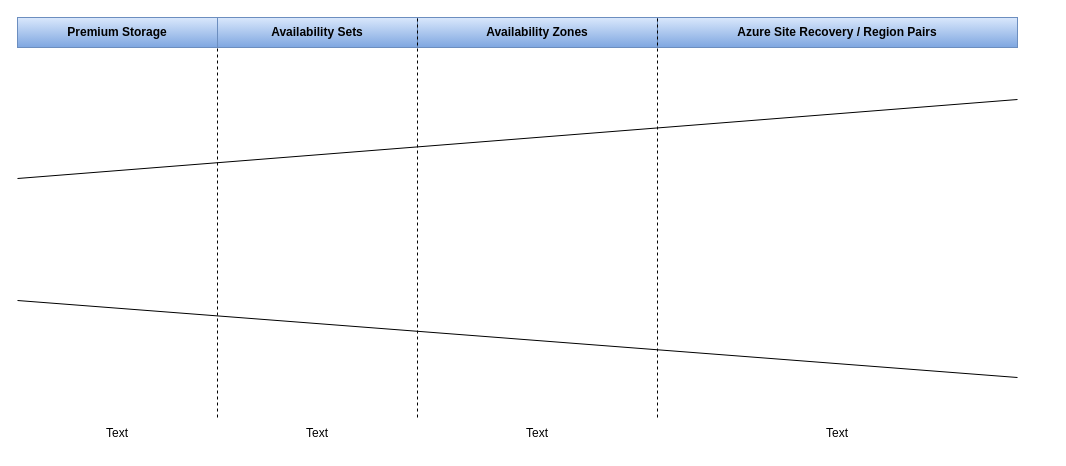
The draw.io diagram Reliability-Acknowledge.drawio in nghequockien/azure-well-architected-framework, before the edit. Source tidied: cells renumbered, new cells numbered last; positions are measured from the earlier drawing's top-left corner, leaving out a move shared by most shapes. Both pictures are drawn from the tidied source at 100%, with x=0, y=0 at pixel (17, 17).
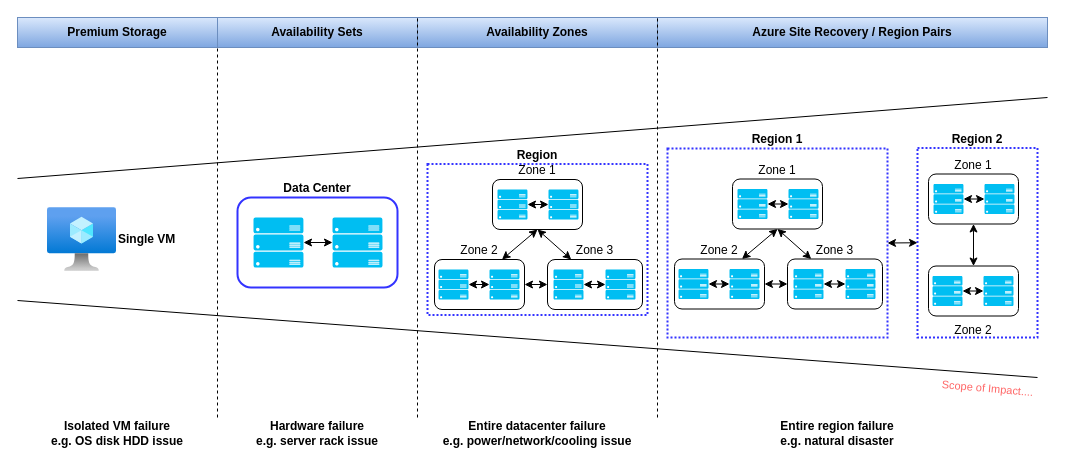
After the change.

Change to the diagram source:
```diff
@@
     <mxCell id="3" style="endArrow=none;html=1;rounded=0;" parent="1" edge="1">
       <mxGeometry relative="1" as="geometry">
         <mxPoint y="161" as="sourcePoint" />
-        <mxPoint x="1000" y="82" as="targetPoint" />
+        <mxPoint x="1030" y="80" as="targetPoint" />
       </mxGeometry>
     </mxCell>
@@
     <mxCell id="7" value="Azure Site Recovery / Region Pairs" style="rounded=0;whiteSpace=wrap;html=1;fillColor=#dae8fc;gradientColor=#7ea6e0;strokeColor=#6c8ebf;fontStyle=1;" parent="1" vertex="1">
-      <mxGeometry x="640" width="360" height="30" as="geometry" />
+      <mxGeometry x="640" width="390" height="30" as="geometry" />
     </mxCell>
     <mxCell id="8" style="endArrow=none;html=1;rounded=0;" parent="1" edge="1">
       <mxGeometry relative="1" as="geometry">
         <mxPoint y="283" as="sourcePoint" />
-        <mxPoint x="1000" y="360" as="targetPoint" />
+        <mxPoint x="1020" y="360" as="targetPoint" />
       </mxGeometry>
     </mxCell>
+    <mxCell id="15" value="Scope of Impact...." style="edgeLabel;html=1;align=center;verticalAlign=middle;rotation=5;fontColor=#FF6666;" parent="8" vertex="1">
+      <mxGeometry x="-0.83" y="-2" relative="1" as="geometry">
+        <mxPoint x="883" y="79" as="offset" />
+      </mxGeometry>
+    </mxCell>
@@
-    <mxCell id="11" value="Text" style="text;html=1;strokeColor=none;fillColor=none;align=center;verticalAlign=middle;whiteSpace=wrap;rounded=0;" parent="1" vertex="1">
+    <mxCell id="11" value="Isolated VM failure&lt;br&gt;e.g. OS disk HDD issue" style="text;html=1;strokeColor=none;fillColor=none;align=center;verticalAlign=middle;whiteSpace=wrap;rounded=0;fontStyle=1;" parent="1" vertex="1">
       <mxGeometry y="401" width="200" height="30" as="geometry" />
     </mxCell>
-    <mxCell id="12" value="Text" style="text;html=1;strokeColor=none;fillColor=none;align=center;verticalAlign=middle;whiteSpace=wrap;rounded=0;" parent="1" vertex="1">
+    <mxCell id="12" value="Hardware failure&lt;br&gt;e.g. server rack issue" style="text;html=1;strokeColor=none;fillColor=none;align=center;verticalAlign=middle;whiteSpace=wrap;rounded=0;fontStyle=1;" parent="1" vertex="1">
       <mxGeometry x="200" y="401" width="200" height="30" as="geometry" />
     </mxCell>
-    <mxCell id="13" value="Text" style="text;html=1;strokeColor=none;fillColor=none;align=center;verticalAlign=middle;whiteSpace=wrap;rounded=0;" parent="1" vertex="1">
+    <mxCell id="13" value="Entire datacenter failure&lt;br&gt;e.g. power/network/cooling issue" style="text;html=1;strokeColor=none;fillColor=none;align=center;verticalAlign=middle;whiteSpace=wrap;rounded=0;fontStyle=1;" parent="1" vertex="1">
       <mxGeometry x="400" y="401" width="240" height="30" as="geometry" />
     </mxCell>
-    <mxCell id="14" value="Text" style="text;html=1;strokeColor=none;fillColor=none;align=center;verticalAlign=middle;whiteSpace=wrap;rounded=0;" parent="1" vertex="1">
+    <mxCell id="14" value="Entire region failure&lt;br&gt;e.g. natural disaster" style="text;html=1;strokeColor=none;fillColor=none;align=center;verticalAlign=middle;whiteSpace=wrap;rounded=0;fontStyle=1;" parent="1" vertex="1">
       <mxGeometry x="640" y="401" width="360" height="30" as="geometry" />
     </mxCell>
+    <mxCell id="16" value="Single VM" style="html=1;align=left;image;fontSize=12;image=img/lib/azure2/compute/Virtual_Machine.svg;labelPosition=right;verticalLabelPosition=middle;verticalAlign=middle;fontStyle=1;" parent="1" vertex="1">
+      <mxGeometry x="30" y="190" width="69" height="64" as="geometry" />
+    </mxCell>
+    <mxCell id="17" value="&lt;span style=&quot;font-weight: 700;&quot;&gt;Data Center&lt;/span&gt;" style="rounded=1;whiteSpace=wrap;html=1;strokeWidth=2;strokeColor=#3333FF;labelPosition=center;verticalLabelPosition=top;align=center;verticalAlign=bottom;" parent="1" vertex="1">
+      <mxGeometry x="220" y="180" width="160" height="90" as="geometry" />
+    </mxCell>
+    <mxCell id="18" style="verticalLabelPosition=bottom;html=1;verticalAlign=top;align=center;strokeColor=none;fillColor=#00BEF2;shape=mxgraph.azure.server_rack;" parent="1" vertex="1">
+      <mxGeometry x="236" y="200" width="50" height="50" as="geometry" />
+    </mxCell>
+    <mxCell id="19" style="verticalLabelPosition=bottom;html=1;verticalAlign=top;align=center;strokeColor=none;fillColor=#00BEF2;shape=mxgraph.azure.server_rack;" parent="1" vertex="1">
+      <mxGeometry x="315" y="200" width="50" height="50" as="geometry" />
+    </mxCell>
+    <mxCell id="20" style="endArrow=classic;startArrow=classic;html=1;rounded=0;exitX=1;exitY=0.5;exitDx=0;exitDy=0;exitPerimeter=0;entryX=0;entryY=0.5;entryDx=0;entryDy=0;entryPerimeter=0;" parent="1" edge="1" source="18" target="19">
+      <mxGeometry relative="1" as="geometry" />
+    </mxCell>
+    <mxCell id="21" value="Region" style="rounded=0;whiteSpace=wrap;html=1;dashed=1;dashPattern=1 1;fontStyle=1;labelPosition=center;verticalLabelPosition=top;align=center;verticalAlign=bottom;strokeColor=#3333FF;strokeWidth=2;" parent="1" vertex="1">
+      <mxGeometry x="410" y="146.5" width="220" height="151" as="geometry" />
+    </mxCell>
+    <mxCell id="22" value="Zone 1" style="rounded=1;whiteSpace=wrap;html=1;labelPosition=center;verticalLabelPosition=top;align=center;verticalAlign=bottom;" parent="1" vertex="1">
+      <mxGeometry x="475" y="162" width="90" height="50" as="geometry" />
+    </mxCell>
+    <mxCell id="23" style="verticalLabelPosition=bottom;html=1;verticalAlign=top;align=center;strokeColor=none;fillColor=#00BEF2;shape=mxgraph.azure.server_rack;" parent="1" vertex="1">
+      <mxGeometry x="480" y="172" width="30" height="30" as="geometry" />
+    </mxCell>
+    <mxCell id="24" style="verticalLabelPosition=bottom;html=1;verticalAlign=top;align=center;strokeColor=none;fillColor=#00BEF2;shape=mxgraph.azure.server_rack;" parent="1" vertex="1">
+      <mxGeometry x="531" y="172" width="30" height="30" as="geometry" />
+    </mxCell>
+    <mxCell id="25" style="endArrow=classic;startArrow=classic;html=1;rounded=0;exitX=1;exitY=0.5;exitDx=0;exitDy=0;exitPerimeter=0;entryX=0;entryY=0.5;entryDx=0;entryDy=0;entryPerimeter=0;" parent="1" edge="1" source="23" target="24">
+      <mxGeometry relative="1" as="geometry" />
+    </mxCell>
+    <mxCell id="26" value="Zone 2" style="rounded=1;whiteSpace=wrap;html=1;labelPosition=center;verticalLabelPosition=top;align=center;verticalAlign=bottom;" parent="1" vertex="1">
+      <mxGeometry x="417" y="242" width="90" height="50" as="geometry" />
+    </mxCell>
+    <mxCell id="27" style="verticalLabelPosition=bottom;html=1;verticalAlign=top;align=center;strokeColor=none;fillColor=#00BEF2;shape=mxgraph.azure.server_rack;" parent="1" vertex="1">
+      <mxGeometry x="421" y="252" width="30" height="30" as="geometry" />
+    </mxCell>
+    <mxCell id="28" style="verticalLabelPosition=bottom;html=1;verticalAlign=top;align=center;strokeColor=none;fillColor=#00BEF2;shape=mxgraph.azure.server_rack;" parent="1" vertex="1">
+      <mxGeometry x="472" y="252" width="30" height="30" as="geometry" />
+    </mxCell>
+    <mxCell id="29" style="endArrow=classic;startArrow=classic;html=1;rounded=0;exitX=1;exitY=0.5;exitDx=0;exitDy=0;exitPerimeter=0;entryX=0;entryY=0.5;entryDx=0;entryDy=0;entryPerimeter=0;" parent="1" edge="1" source="27" target="28">
+      <mxGeometry relative="1" as="geometry" />
+    </mxCell>
+    <mxCell id="30" value="Zone 3" style="rounded=1;whiteSpace=wrap;html=1;labelPosition=center;verticalLabelPosition=top;align=center;verticalAlign=bottom;" parent="1" vertex="1">
+      <mxGeometry x="530" y="242" width="95" height="50" as="geometry" />
+    </mxCell>
+    <mxCell id="31" style="verticalLabelPosition=bottom;html=1;verticalAlign=top;align=center;strokeColor=none;fillColor=#00BEF2;shape=mxgraph.azure.server_rack;" parent="1" vertex="1">
+      <mxGeometry x="536" y="252" width="30" height="30" as="geometry" />
+    </mxCell>
+    <mxCell id="32" style="verticalLabelPosition=bottom;html=1;verticalAlign=top;align=center;strokeColor=none;fillColor=#00BEF2;shape=mxgraph.azure.server_rack;" parent="1" vertex="1">
+      <mxGeometry x="588" y="252" width="30" height="30" as="geometry" />
+    </mxCell>
+    <mxCell id="33" style="endArrow=classic;startArrow=classic;html=1;rounded=0;exitX=1;exitY=0.5;exitDx=0;exitDy=0;exitPerimeter=0;entryX=0;entryY=0.5;entryDx=0;entryDy=0;entryPerimeter=0;" parent="1" edge="1" source="31" target="32">
+      <mxGeometry relative="1" as="geometry" />
+    </mxCell>
+    <mxCell id="34" style="endArrow=classic;startArrow=classic;html=1;rounded=0;entryX=0.5;entryY=1;entryDx=0;entryDy=0;exitX=0.75;exitY=0;exitDx=0;exitDy=0;" parent="1" edge="1" source="26" target="22">
+      <mxGeometry relative="1" as="geometry" />
+    </mxCell>
+    <mxCell id="35" style="endArrow=classic;startArrow=classic;html=1;rounded=0;entryX=0.5;entryY=1;entryDx=0;entryDy=0;exitX=0.25;exitY=0;exitDx=0;exitDy=0;" parent="1" edge="1" source="30" target="22">
+      <mxGeometry relative="1" as="geometry" />
+    </mxCell>
+    <mxCell id="36" style="endArrow=classic;startArrow=classic;html=1;rounded=0;entryX=0;entryY=0.5;entryDx=0;entryDy=0;exitX=1;exitY=0.5;exitDx=0;exitDy=0;" parent="1" edge="1" source="26" target="30">
+      <mxGeometry relative="1" as="geometry" />
+    </mxCell>
+    <mxCell id="37" value="Region 1" style="rounded=0;whiteSpace=wrap;html=1;dashed=1;dashPattern=1 1;labelPosition=center;verticalLabelPosition=top;align=center;verticalAlign=bottom;fontStyle=1;strokeColor=#3333FF;strokeWidth=2;" parent="1" vertex="1">
+      <mxGeometry x="650" y="131" width="220" height="189" as="geometry" />
+    </mxCell>
+    <mxCell id="38" value="Zone 1" style="rounded=1;whiteSpace=wrap;html=1;labelPosition=center;verticalLabelPosition=top;align=center;verticalAlign=bottom;" parent="1" vertex="1">
+      <mxGeometry x="715" y="161.5" width="90" height="50" as="geometry" />
+    </mxCell>
+    <mxCell id="39" style="verticalLabelPosition=bottom;html=1;verticalAlign=top;align=center;strokeColor=none;fillColor=#00BEF2;shape=mxgraph.azure.server_rack;" parent="1" vertex="1">
+      <mxGeometry x="720" y="171.5" width="30" height="30" as="geometry" />
+    </mxCell>
+    <mxCell id="40" style="verticalLabelPosition=bottom;html=1;verticalAlign=top;align=center;strokeColor=none;fillColor=#00BEF2;shape=mxgraph.azure.server_rack;" parent="1" vertex="1">
+      <mxGeometry x="771" y="171.5" width="30" height="30" as="geometry" />
+    </mxCell>
+    <mxCell id="41" style="endArrow=classic;startArrow=classic;html=1;rounded=0;exitX=1;exitY=0.5;exitDx=0;exitDy=0;exitPerimeter=0;entryX=0;entryY=0.5;entryDx=0;entryDy=0;entryPerimeter=0;" parent="1" edge="1" source="39" target="40">
+      <mxGeometry relative="1" as="geometry" />
+    </mxCell>
+    <mxCell id="42" value="Zone 2" style="rounded=1;whiteSpace=wrap;html=1;labelPosition=center;verticalLabelPosition=top;align=center;verticalAlign=bottom;" parent="1" vertex="1">
+      <mxGeometry x="657" y="241.5" width="90" height="50" as="geometry" />
+    </mxCell>
+    <mxCell id="43" style="verticalLabelPosition=bottom;html=1;verticalAlign=top;align=center;strokeColor=none;fillColor=#00BEF2;shape=mxgraph.azure.server_rack;" parent="1" vertex="1">
+      <mxGeometry x="661" y="251.5" width="30" height="30" as="geometry" />
+    </mxCell>
+    <mxCell id="44" style="verticalLabelPosition=bottom;html=1;verticalAlign=top;align=center;strokeColor=none;fillColor=#00BEF2;shape=mxgraph.azure.server_rack;" parent="1" vertex="1">
+      <mxGeometry x="712" y="251.5" width="30" height="30" as="geometry" />
+    </mxCell>
+    <mxCell id="45" style="endArrow=classic;startArrow=classic;html=1;rounded=0;exitX=1;exitY=0.5;exitDx=0;exitDy=0;exitPerimeter=0;entryX=0;entryY=0.5;entryDx=0;entryDy=0;entryPerimeter=0;" parent="1" edge="1" source="43" target="44">
+      <mxGeometry relative="1" as="geometry" />
+    </mxCell>
+    <mxCell id="46" value="Zone 3" style="rounded=1;whiteSpace=wrap;html=1;labelPosition=center;verticalLabelPosition=top;align=center;verticalAlign=bottom;" parent="1" vertex="1">
+      <mxGeometry x="770" y="241.5" width="95" height="50" as="geometry" />
+    </mxCell>
+    <mxCell id="47" style="verticalLabelPosition=bottom;html=1;verticalAlign=top;align=center;strokeColor=none;fillColor=#00BEF2;shape=mxgraph.azure.server_rack;" parent="1" vertex="1">
+      <mxGeometry x="776" y="251.5" width="30" height="30" as="geometry" />
+    </mxCell>
+    <mxCell id="48" style="verticalLabelPosition=bottom;html=1;verticalAlign=top;align=center;strokeColor=none;fillColor=#00BEF2;shape=mxgraph.azure.server_rack;" parent="1" vertex="1">
+      <mxGeometry x="828" y="251.5" width="30" height="30" as="geometry" />
+    </mxCell>
+    <mxCell id="49" style="endArrow=classic;startArrow=classic;html=1;rounded=0;exitX=1;exitY=0.5;exitDx=0;exitDy=0;exitPerimeter=0;entryX=0;entryY=0.5;entryDx=0;entryDy=0;entryPerimeter=0;" parent="1" edge="1" source="47" target="48">
+      <mxGeometry relative="1" as="geometry" />
+    </mxCell>
+    <mxCell id="50" style="endArrow=classic;startArrow=classic;html=1;rounded=0;entryX=0.5;entryY=1;entryDx=0;entryDy=0;exitX=0.75;exitY=0;exitDx=0;exitDy=0;" parent="1" edge="1" source="42" target="38">
+      <mxGeometry relative="1" as="geometry" />
+    </mxCell>
+    <mxCell id="51" style="endArrow=classic;startArrow=classic;html=1;rounded=0;entryX=0.5;entryY=1;entryDx=0;entryDy=0;exitX=0.25;exitY=0;exitDx=0;exitDy=0;" parent="1" edge="1" source="46" target="38">
+      <mxGeometry relative="1" as="geometry" />
+    </mxCell>
+    <mxCell id="52" style="endArrow=classic;startArrow=classic;html=1;rounded=0;entryX=0;entryY=0.5;entryDx=0;entryDy=0;exitX=1;exitY=0.5;exitDx=0;exitDy=0;" parent="1" edge="1" source="42" target="46">
+      <mxGeometry relative="1" as="geometry" />
+    </mxCell>
+    <mxCell id="53" value="Region 2" style="rounded=0;whiteSpace=wrap;html=1;dashed=1;dashPattern=1 1;fontStyle=1;labelPosition=center;verticalLabelPosition=top;align=center;verticalAlign=bottom;strokeColor=#3333FF;strokeWidth=2;" parent="1" vertex="1">
+      <mxGeometry x="900" y="130.5" width="120" height="189.5" as="geometry" />
+    </mxCell>
+    <mxCell id="54" value="Zone 1" style="rounded=1;whiteSpace=wrap;html=1;labelPosition=center;verticalLabelPosition=top;align=center;verticalAlign=bottom;" parent="1" vertex="1">
+      <mxGeometry x="911" y="156.5" width="90" height="50" as="geometry" />
+    </mxCell>
+    <mxCell id="55" style="verticalLabelPosition=bottom;html=1;verticalAlign=top;align=center;strokeColor=none;fillColor=#00BEF2;shape=mxgraph.azure.server_rack;" parent="1" vertex="1">
+      <mxGeometry x="916" y="166.5" width="30" height="30" as="geometry" />
+    </mxCell>
+    <mxCell id="56" style="verticalLabelPosition=bottom;html=1;verticalAlign=top;align=center;strokeColor=none;fillColor=#00BEF2;shape=mxgraph.azure.server_rack;" parent="1" vertex="1">
+      <mxGeometry x="967" y="166.5" width="30" height="30" as="geometry" />
+    </mxCell>
+    <mxCell id="57" style="endArrow=classic;startArrow=classic;html=1;rounded=0;exitX=1;exitY=0.5;exitDx=0;exitDy=0;exitPerimeter=0;entryX=0;entryY=0.5;entryDx=0;entryDy=0;entryPerimeter=0;" parent="1" edge="1" source="55" target="56">
+      <mxGeometry relative="1" as="geometry" />
+    </mxCell>
+    <mxCell id="58" value="Zone 2" style="rounded=1;whiteSpace=wrap;html=1;labelPosition=center;verticalLabelPosition=bottom;align=center;verticalAlign=top;" parent="1" vertex="1">
+      <mxGeometry x="911" y="248.5" width="90" height="50" as="geometry" />
+    </mxCell>
+    <mxCell id="59" style="verticalLabelPosition=bottom;html=1;verticalAlign=top;align=center;strokeColor=none;fillColor=#00BEF2;shape=mxgraph.azure.server_rack;" parent="1" vertex="1">
+      <mxGeometry x="915" y="258.5" width="30" height="30" as="geometry" />
+    </mxCell>
+    <mxCell id="60" style="verticalLabelPosition=bottom;html=1;verticalAlign=top;align=center;strokeColor=none;fillColor=#00BEF2;shape=mxgraph.azure.server_rack;" parent="1" vertex="1">
+      <mxGeometry x="966" y="258.5" width="30" height="30" as="geometry" />
+    </mxCell>
+    <mxCell id="61" style="endArrow=classic;startArrow=classic;html=1;rounded=0;exitX=1;exitY=0.5;exitDx=0;exitDy=0;exitPerimeter=0;entryX=0;entryY=0.5;entryDx=0;entryDy=0;entryPerimeter=0;" parent="1" edge="1" source="59" target="60">
+      <mxGeometry relative="1" as="geometry" />
+    </mxCell>
+    <mxCell id="62" style="endArrow=classic;startArrow=classic;html=1;rounded=0;entryX=0.5;entryY=1;entryDx=0;entryDy=0;exitX=0.5;exitY=0;exitDx=0;exitDy=0;" parent="1" edge="1" source="58" target="54">
+      <mxGeometry relative="1" as="geometry" />
+    </mxCell>
+    <mxCell id="63" style="endArrow=classic;startArrow=classic;html=1;rounded=0;entryX=0;entryY=0.5;entryDx=0;entryDy=0;exitX=1;exitY=0.5;exitDx=0;exitDy=0;" parent="1" edge="1" source="37" target="53">
+      <mxGeometry relative="1" as="geometry" />
+    </mxCell>
```
